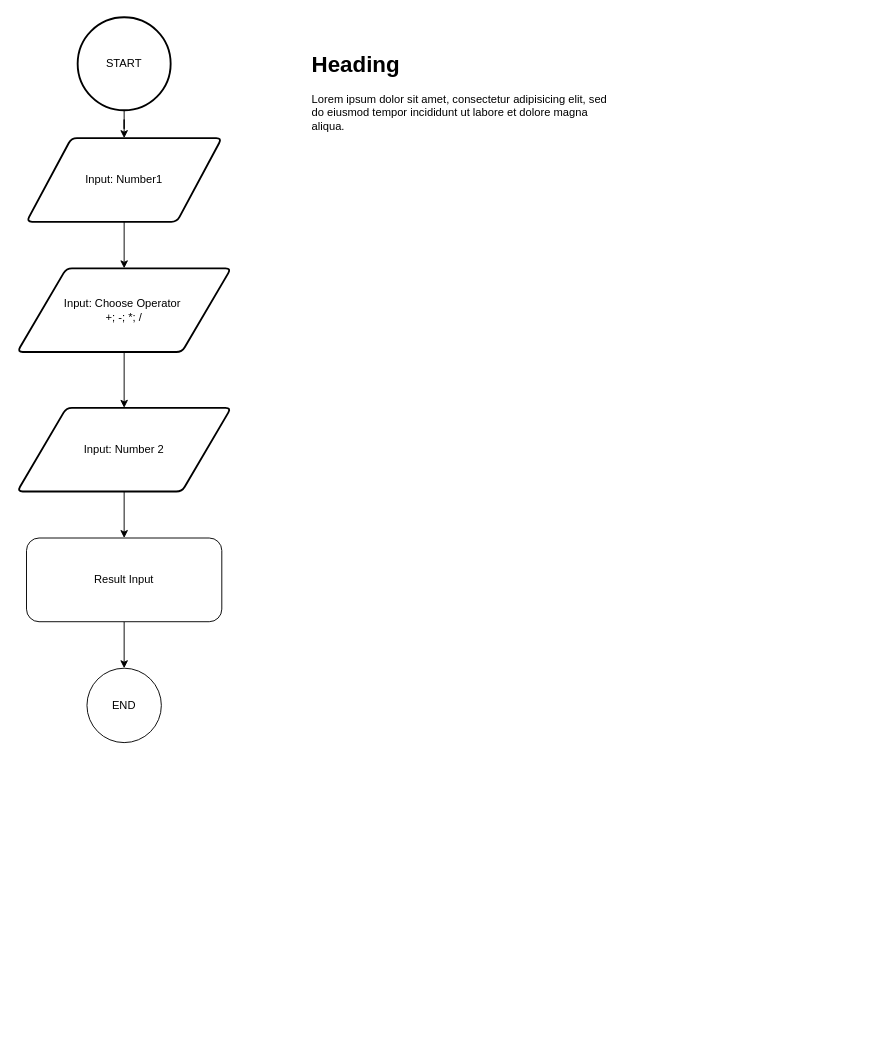
Earlier version of the draw.io diagram docs/day5/simpleCalculator.drawio (MarcelSto/Python). Source tidied: cells renumbered, new cells numbered last; positions are measured from the earlier drawing's top-left corner, leaving out a move shared by most shapes. Both pictures are drawn from the tidied source at 93%, with x=0, y=0 at pixel (17, 17).
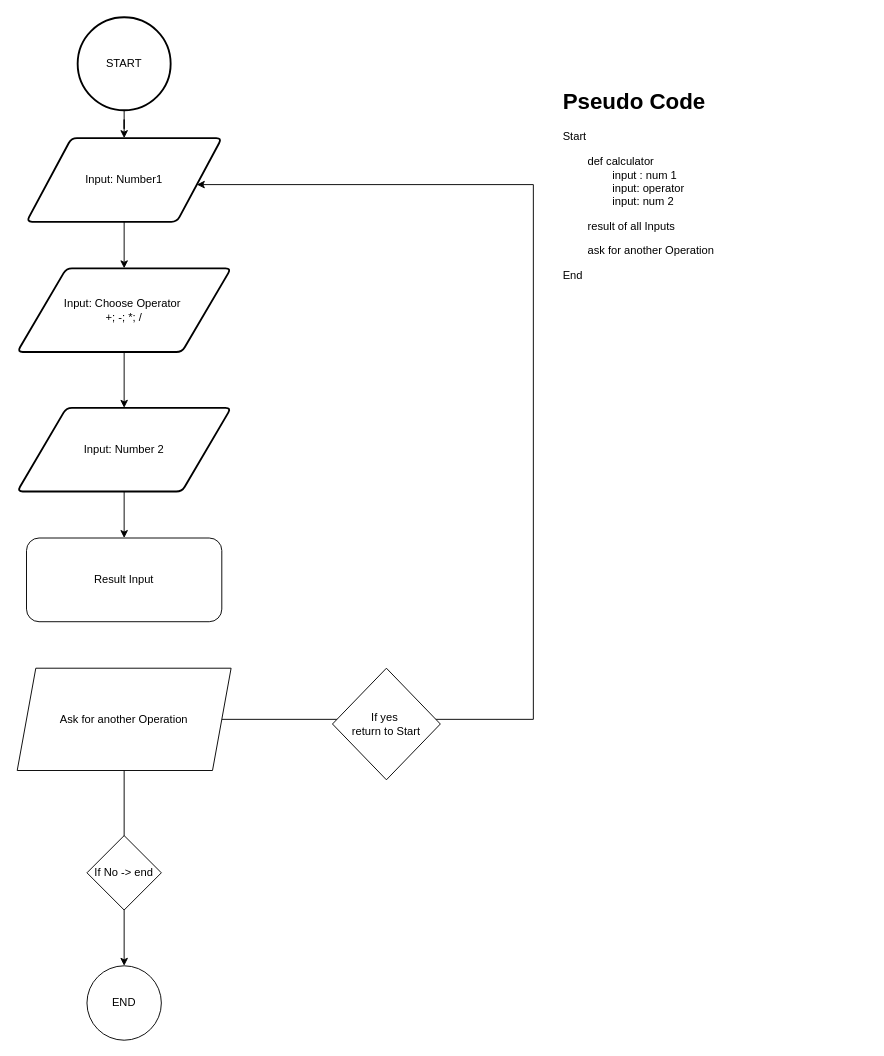
The same page after the edit.

Commit message:
docs easyCalculator improved

Change to the diagram source:
```diff
@@
 <mxGraphModel>
   <root>
     <mxCell id="0" />
     <mxCell id="1" parent="0" />
     <mxCell id="2" style="edgeStyle=orthogonalEdgeStyle;rounded=0;jettySize=auto;html=1;" parent="1" edge="1" source="3" target="5">
       <mxGeometry relative="1" as="geometry" />
     </mxCell>
     <mxCell id="3" value="START" style="strokeWidth=2;html=1;shape=mxgraph.flowchart.start_2;whiteSpace=wrap;" parent="1" vertex="1">
       <mxGeometry x="65" width="100" height="100" as="geometry" />
     </mxCell>
     <mxCell id="4" style="edgeStyle=orthogonalEdgeStyle;rounded=0;jettySize=auto;html=1;" parent="1" edge="1" source="5" target="7">
       <mxGeometry relative="1" as="geometry" />
     </mxCell>
     <mxCell id="5" value="Input: Number1" style="shape=parallelogram;html=1;strokeWidth=2;perimeter=parallelogramPerimeter;whiteSpace=wrap;rounded=1;arcSize=12;size=0.23;" parent="1" vertex="1">
       <mxGeometry x="10" y="130" width="210" height="90" as="geometry" />
     </mxCell>
     <mxCell id="6" style="edgeStyle=orthogonalEdgeStyle;rounded=0;jettySize=auto;html=1;" parent="1" edge="1" source="7" target="9">
       <mxGeometry relative="1" as="geometry" />
     </mxCell>
     <mxCell id="7" value="Input: Choose Operator&amp;nbsp;&lt;br&gt;+; -; *; /" style="shape=parallelogram;html=1;strokeWidth=2;perimeter=parallelogramPerimeter;whiteSpace=wrap;rounded=1;arcSize=12;size=0.23;" parent="1" vertex="1">
       <mxGeometry y="270" width="230" height="90" as="geometry" />
     </mxCell>
     <mxCell id="8" style="edgeStyle=orthogonalEdgeStyle;rounded=0;jettySize=auto;html=1;" parent="1" edge="1" source="9" target="11">
       <mxGeometry relative="1" as="geometry" />
     </mxCell>
     <mxCell id="9" value="Input: Number 2" style="shape=parallelogram;html=1;strokeWidth=2;perimeter=parallelogramPerimeter;whiteSpace=wrap;rounded=1;arcSize=12;size=0.23;" parent="1" vertex="1">
       <mxGeometry y="420" width="230" height="90" as="geometry" />
     </mxCell>
-    <mxCell id="10" style="edgeStyle=orthogonalEdgeStyle;rounded=0;jettySize=auto;html=1;" parent="1" edge="1" source="11" target="12">
-      <mxGeometry relative="1" as="geometry" />
-    </mxCell>
     <mxCell id="11" value="Result Input" style="rounded=1;whiteSpace=wrap;html=1;" parent="1" vertex="1">
       <mxGeometry x="10" y="560" width="210" height="90" as="geometry" />
     </mxCell>
     <mxCell id="12" value="END" style="ellipse;whiteSpace=wrap;html=1;" parent="1" vertex="1">
-      <mxGeometry x="75" y="700" width="80" height="80" as="geometry" />
+      <mxGeometry x="75" y="1020" width="80" height="80" as="geometry" />
     </mxCell>
-    <mxCell id="13" value="&lt;h1 style=&quot;margin-top: 0px;&quot;&gt;Heading&lt;/h1&gt;&lt;p&gt;Lorem ipsum dolor sit amet, consectetur adipisicing elit, sed do eiusmod tempor incididunt ut labore et dolore magna aliqua.&lt;/p&gt;" style="text;html=1;whiteSpace=wrap;overflow=hidden;rounded=0;" parent="1" vertex="1">
-      <mxGeometry x="315" y="30" width="330" height="290" as="geometry" />
+    <mxCell id="13" value="&lt;h1 style=&quot;margin-top: 0px;&quot;&gt;Pseudo Code&lt;/h1&gt;&lt;p&gt;Start&lt;/p&gt;&lt;p&gt;&lt;span style=&quot;white-space: pre;&quot;&gt;&#9;&lt;/span&gt;def calculator&lt;br&gt;&lt;span style=&quot;white-space: pre;&quot;&gt;&#9;&lt;/span&gt;&lt;span style=&quot;white-space: pre;&quot;&gt;&#9;&lt;/span&gt;input : num 1&lt;br&gt;&lt;span style=&quot;white-space: pre;&quot;&gt;&#9;&lt;/span&gt;&lt;span style=&quot;white-space: pre;&quot;&gt;&#9;&lt;/span&gt;input: operator&lt;br&gt;&lt;span style=&quot;white-space: pre;&quot;&gt;&#9;&lt;/span&gt;&lt;span style=&quot;white-space: pre;&quot;&gt;&#9;&lt;/span&gt;input: num 2&lt;br&gt;&lt;/p&gt;&lt;p&gt;&lt;span style=&quot;white-space: pre;&quot;&gt;&#9;&lt;/span&gt;result of all Inputs&lt;br&gt;&lt;/p&gt;&lt;p&gt;&lt;span style=&quot;white-space: pre;&quot;&gt;&#9;&lt;/span&gt;ask for another Operation&lt;br&gt;&lt;/p&gt;&lt;p&gt;End&lt;/p&gt;" style="text;html=1;whiteSpace=wrap;overflow=hidden;rounded=0;" parent="1" vertex="1">
+      <mxGeometry x="585" y="70" width="330" height="290" as="geometry" />
     </mxCell>
+    <mxCell id="14" style="edgeStyle=orthogonalEdgeStyle;rounded=0;jettySize=auto;html=1;exitX=1;exitY=0.5;exitDx=0;exitDy=0;" parent="1" edge="1" source="16" target="5">
+      <mxGeometry relative="1" as="geometry">
+        <Array as="points">
+          <mxPoint x="555" y="755" />
+          <mxPoint x="555" y="180" />
+        </Array>
+      </mxGeometry>
+    </mxCell>
+    <mxCell id="15" style="edgeStyle=orthogonalEdgeStyle;rounded=0;jettySize=auto;html=1;" parent="1" edge="1" source="16" target="12">
+      <mxGeometry relative="1" as="geometry" />
+    </mxCell>
+    <mxCell id="16" value="Ask for another Operation" style="shape=parallelogram;perimeter=parallelogramPerimeter;whiteSpace=wrap;html=1;fixedSize=1;" parent="1" vertex="1">
+      <mxGeometry y="700" width="230" height="110" as="geometry" />
+    </mxCell>
+    <mxCell id="17" value="If yes&amp;nbsp;&lt;br&gt;return to Start" style="rhombus;whiteSpace=wrap;html=1;" parent="1" vertex="1">
+      <mxGeometry x="339" y="700" width="116" height="120" as="geometry" />
+    </mxCell>
+    <mxCell id="18" value="If No -&amp;gt; end" style="rhombus;whiteSpace=wrap;html=1;" parent="1" vertex="1">
+      <mxGeometry x="75" y="880" width="80" height="80" as="geometry" />
+    </mxCell>
   </root>
 </mxGraphModel>
```
